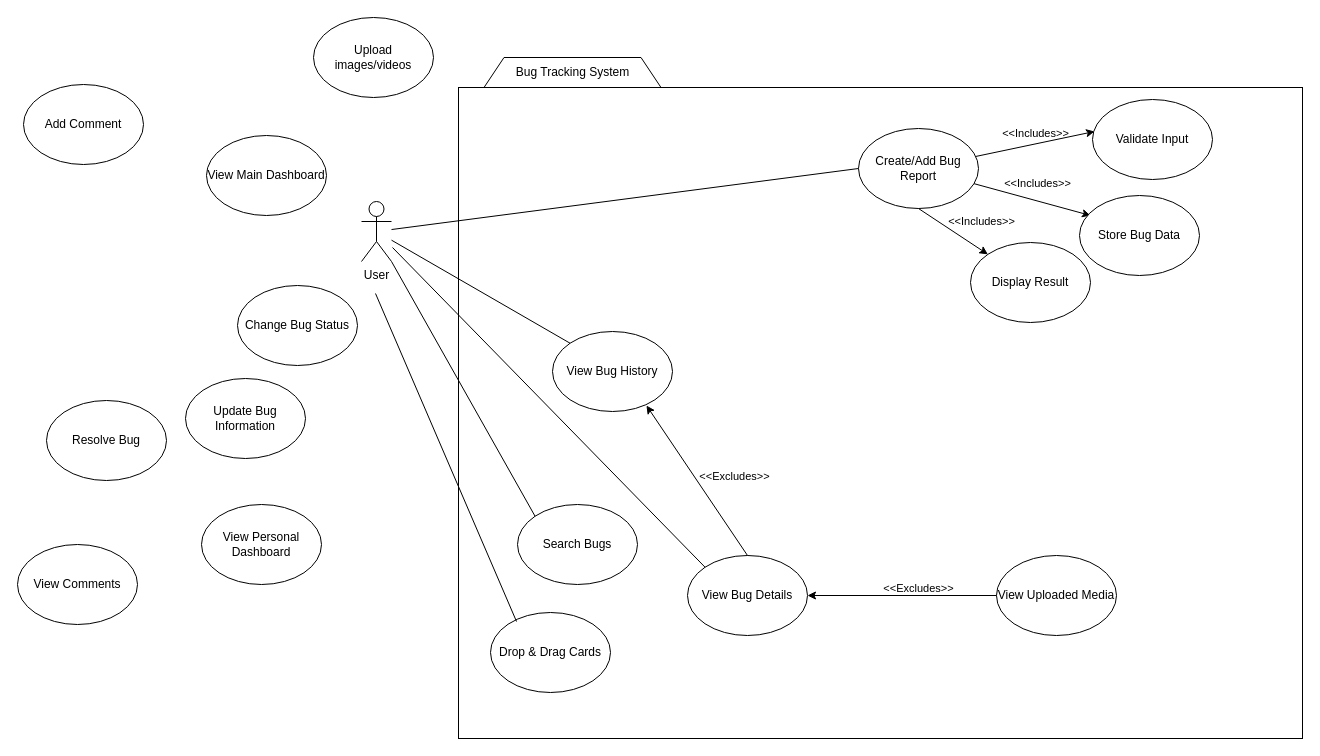
ConradCJM/Bug-Terra keeps this draw.io diagram as UML-Diagrams/Use-Case-Diagram.drawio. Above is the earlier version. Source tidied: cells renumbered, new cells numbered last; positions are measured from the earlier drawing's top-left corner, leaving out a move shared by most shapes. Both pictures are drawn from the tidied source at 100%, with x=0, y=0 at pixel (17, 17).
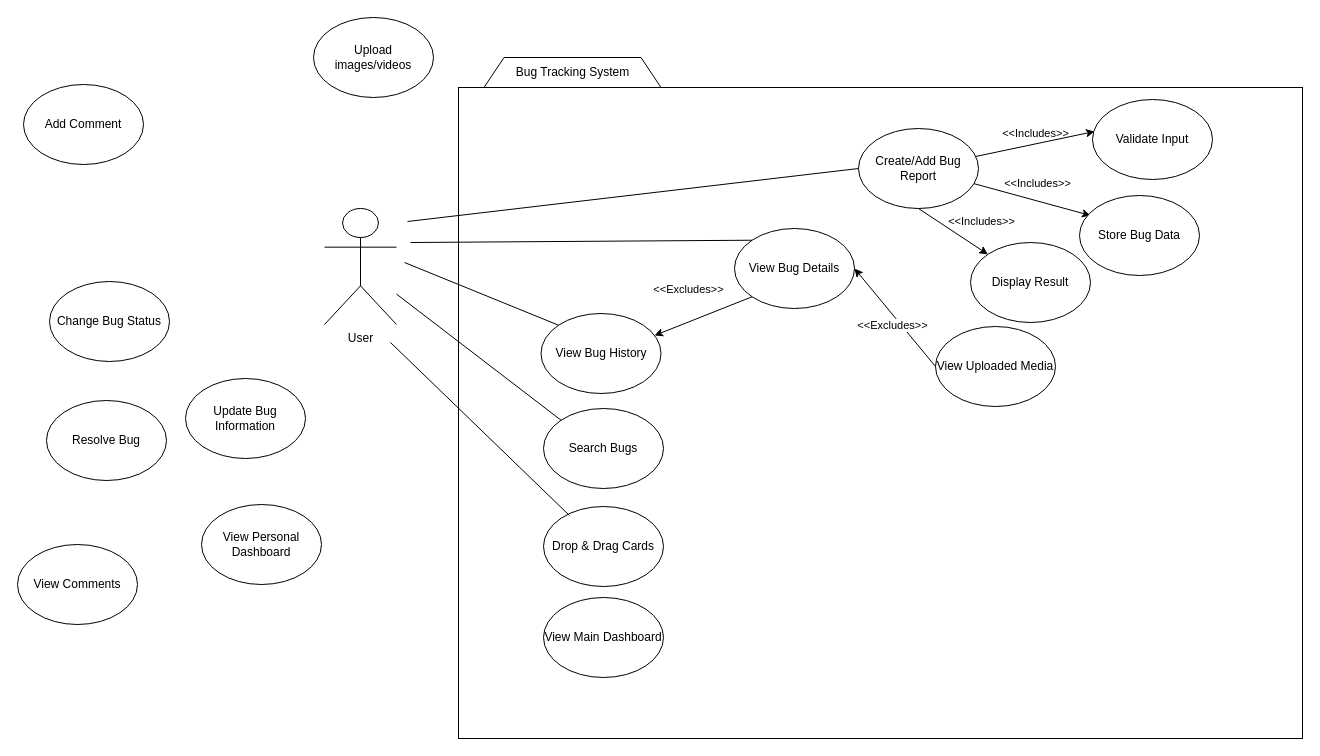
Above is the later version.

Unchanged cells that the change refers to:
```xml
<mxCell id="9" value="Create/Add Bug Report" style="ellipse;whiteSpace=wrap;html=1;" parent="1" vertex="1">
  <mxGeometry x="841" y="111" width="120" height="80" as="geometry" />
</mxCell>
```

Diff of the diagram source:
```diff
@@
     <mxCell id="2" value="User" style="shape=umlActor;verticalLabelPosition=bottom;verticalAlign=top;html=1;outlineConnect=0;" parent="1" vertex="1">
-      <mxGeometry x="344" y="184" width="30" height="60" as="geometry" />
+      <mxGeometry x="307" y="191" width="72" height="116" as="geometry" />
     </mxCell>
@@
-    <mxCell id="13" style="endArrow=none;html=1;rounded=0;exitX=0;exitY=0.5;exitDx=0;exitDy=0;strokeWidth=1;" parent="1" edge="1" source="9" target="2">
-      <mxGeometry relative="1" as="geometry" />
+    <mxCell id="13" style="endArrow=none;html=1;rounded=0;exitX=0;exitY=0.5;exitDx=0;exitDy=0;strokeWidth=1;" parent="1" edge="1" source="9">
+      <mxGeometry relative="1" as="geometry">
+        <mxPoint x="390" y="204" as="targetPoint" />
+      </mxGeometry>
     </mxCell>
@@
     <mxCell id="16" value="View Bug Details" style="ellipse;whiteSpace=wrap;html=1;" parent="1" vertex="1">
-      <mxGeometry x="670" y="538" width="120" height="80" as="geometry" />
+      <mxGeometry x="717" y="211" width="120" height="80" as="geometry" />
     </mxCell>
     <mxCell id="17" value="Change Bug Status" style="ellipse;whiteSpace=wrap;html=1;" parent="1" vertex="1">
-      <mxGeometry x="220" y="268" width="120" height="80" as="geometry" />
+      <mxGeometry x="32" y="264" width="120" height="80" as="geometry" />
     </mxCell>
@@
     <mxCell id="21" value="View Uploaded Media" style="ellipse;whiteSpace=wrap;html=1;" parent="1" vertex="1">
-      <mxGeometry x="979" y="538" width="120" height="80" as="geometry" />
+      <mxGeometry x="918" y="309" width="120" height="80" as="geometry" />
     </mxCell>
     <mxCell id="22" value="Search Bugs" style="ellipse;whiteSpace=wrap;html=1;" parent="1" vertex="1">
-      <mxGeometry x="500" y="487" width="120" height="80" as="geometry" />
+      <mxGeometry x="526" y="391" width="120" height="80" as="geometry" />
     </mxCell>
     <mxCell id="23" value="View Bug History" style="ellipse;whiteSpace=wrap;html=1;" parent="1" vertex="1">
-      <mxGeometry x="535" y="314" width="120" height="80" as="geometry" />
+      <mxGeometry x="523.5" y="296" width="120" height="80" as="geometry" />
     </mxCell>
@@
     <mxCell id="25" value="View Main Dashboard" style="ellipse;whiteSpace=wrap;html=1;" parent="1" vertex="1">
-      <mxGeometry x="189" y="118" width="120" height="80" as="geometry" />
+      <mxGeometry x="526" y="580" width="120" height="80" as="geometry" />
     </mxCell>
     <mxCell id="26" value="Drop &amp;amp; Drag Cards" style="ellipse;whiteSpace=wrap;html=1;" parent="1" vertex="1">
-      <mxGeometry x="473" y="595" width="120" height="80" as="geometry" />
+      <mxGeometry x="526" y="489" width="120" height="80" as="geometry" />
     </mxCell>
@@
-    <mxCell id="29" style="endArrow=none;html=1;rounded=0;exitX=0;exitY=0;exitDx=0;exitDy=0;strokeWidth=1;" parent="1" edge="1" source="23" target="2">
-      <mxGeometry relative="1" as="geometry" />
+    <mxCell id="29" style="endArrow=none;html=1;rounded=0;exitX=0;exitY=0;exitDx=0;exitDy=0;strokeWidth=1;" parent="1" edge="1" source="23">
+      <mxGeometry relative="1" as="geometry">
+        <mxPoint x="387" y="245" as="targetPoint" />
+      </mxGeometry>
     </mxCell>
-    <mxCell id="30" style="endArrow=none;html=1;rounded=0;exitX=0;exitY=0;exitDx=0;exitDy=0;strokeWidth=1;entryX=1;entryY=1;entryDx=0;entryDy=0;entryPerimeter=0;" parent="1" edge="1" source="22" target="2">
+    <mxCell id="30" style="endArrow=none;html=1;rounded=0;exitX=0;exitY=0;exitDx=0;exitDy=0;strokeWidth=1;" parent="1" edge="1" source="22" target="2">
       <mxGeometry relative="1" as="geometry" />
     </mxCell>
     <mxCell id="31" style="endArrow=none;html=1;rounded=0;entryX=0;entryY=0;entryDx=0;entryDy=0;" parent="1" edge="1" target="16">
       <mxGeometry relative="1" as="geometry">
-        <mxPoint x="375" y="230" as="sourcePoint" />
+        <mxPoint x="393" y="225" as="sourcePoint" />
       </mxGeometry>
     </mxCell>
@@
-    <mxCell id="34" style="endArrow=classic;html=1;rounded=0;exitX=0.5;exitY=0;exitDx=0;exitDy=0;entryX=0.783;entryY=0.925;entryDx=0;entryDy=0;entryPerimeter=0;" parent="1" edge="1" source="16" target="23">
-      <mxGeometry relative="1" as="geometry" />
+    <mxCell id="34" style="endArrow=classic;html=1;rounded=0;exitX=0;exitY=1;exitDx=0;exitDy=0;" parent="1" edge="1" source="16">
+      <mxGeometry relative="1" as="geometry">
+        <mxPoint x="637" y="318" as="targetPoint" />
+      </mxGeometry>
     </mxCell>
     <mxCell id="35" value="&amp;lt;&amp;lt;Excludes&amp;gt;&amp;gt;" style="edgeLabel;html=1;align=center;verticalAlign=middle;" parent="34" vertex="1">
       <mxGeometry x="-0.25" y="1" relative="1" as="geometry">
-        <mxPoint x="25" y="-24" as="offset" />
+        <mxPoint x="-28" y="-23" as="offset" />
       </mxGeometry>
     </mxCell>
     <mxCell id="36" style="endArrow=none;html=1;rounded=0;entryX=0.217;entryY=0.113;entryDx=0;entryDy=0;entryPerimeter=0;" parent="1" edge="1" target="26">
       <mxGeometry relative="1" as="geometry">
-        <mxPoint x="358" y="276" as="sourcePoint" />
+        <mxPoint x="373" y="325" as="sourcePoint" />
       </mxGeometry>
     </mxCell>
```
